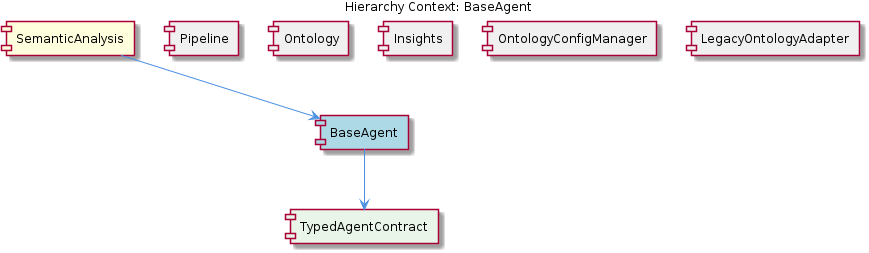
This is knowledge-management/insights/images/base-agent-relationship.png from fwornle/coding, a PlantUML export, as it was before one commit. Its source is kept beside it as .data/knowledge-graph/insights/puml/base-agent-relationship.puml. The source it was exported from:
```plantuml
@startuml
!include _standard-style.puml

title Hierarchy Context: BaseAgent

[SemanticAnalysis] as semantic_analysis #FFFFDD
[BaseAgent] as base_agent #LightBlue
[Pipeline] as pipeline #F0F0F0
[Ontology] as ontology #F0F0F0
[Insights] as insights #F0F0F0
[OntologyConfigManager] as ontology_config_manager #F0F0F0
[LegacyOntologyAdapter] as legacy_ontology_adapter #F0F0F0
[TypedAgentContract] as typed_agent_contract #E8F5E8

semantic_analysis --> base_agent
pipeline -[hidden]- base_agent
ontology -[hidden]- base_agent
insights -[hidden]- base_agent
ontology_config_manager -[hidden]- base_agent
legacy_ontology_adapter -[hidden]- base_agent
base_agent --> typed_agent_contract

@enduml
```
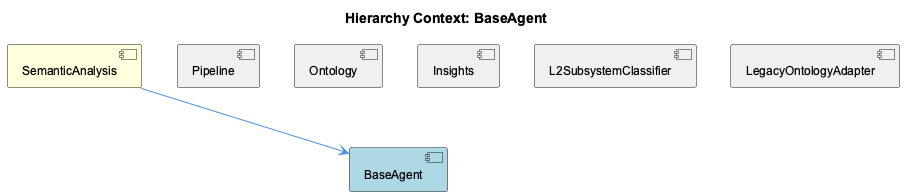
Later version of the same file.

What changed in the source:
```diff
@@ -8,16 +8,14 @@
 [Pipeline] as pipeline #F0F0F0
 [Ontology] as ontology #F0F0F0
 [Insights] as insights #F0F0F0
-[OntologyConfigManager] as ontology_config_manager #F0F0F0
+[L2SubsystemClassifier] as l2_subsystem_classifier #F0F0F0
 [LegacyOntologyAdapter] as legacy_ontology_adapter #F0F0F0
-[TypedAgentContract] as typed_agent_contract #E8F5E8
 
 semantic_analysis --> base_agent
 pipeline -[hidden]- base_agent
 ontology -[hidden]- base_agent
 insights -[hidden]- base_agent
-ontology_config_manager -[hidden]- base_agent
+l2_subsystem_classifier -[hidden]- base_agent
 legacy_ontology_adapter -[hidden]- base_agent
-base_agent --> typed_agent_contract
 
 @enduml
```
